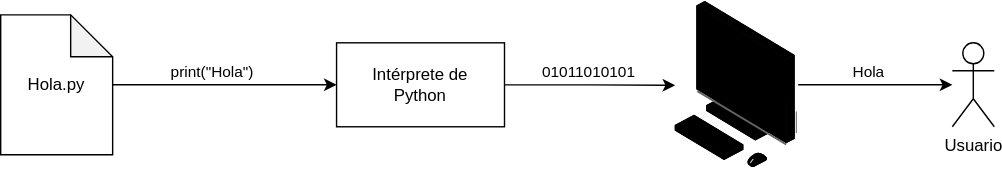
Above: Graphs/ProcesoCorrida.svg in andresalas201/PrincipiosDeInformatica (draw.io), before the change. Source tidied: cells renumbered, new cells last; positions are measured from the earlier drawing's top-left corner, leaving out a move shared by most shapes. The source it was exported from:
```xml
<mxGraphModel>
  <root>
    <mxCell id="0" />
    <mxCell id="1" parent="0" />
    <mxCell id="2" style="edgeStyle=orthogonalEdgeStyle;rounded=0;jettySize=auto;html=1;entryX=0;entryY=0.5;entryDx=0;entryDy=0;" parent="1" edge="1" source="4" target="5">
      <mxGeometry relative="1" as="geometry" />
    </mxCell>
    <mxCell id="3" value="print(&quot;Hola&quot;)" style="edgeLabel;html=1;align=center;verticalAlign=middle;" parent="2" vertex="1">
      <mxGeometry x="-0.25" relative="1" as="geometry">
        <mxPoint x="10" y="-10" as="offset" />
      </mxGeometry>
    </mxCell>
    <mxCell id="4" value="&lt;div&gt;Hola.py&lt;/div&gt;" style="shape=note;whiteSpace=wrap;html=1;backgroundOutline=1;darkOpacity=0.05;" parent="1" vertex="1">
      <mxGeometry y="11" width="80" height="100" as="geometry" />
    </mxCell>
    <mxCell id="5" value="&lt;div&gt;Intérprete de&lt;/div&gt;&lt;div&gt;Python&lt;/div&gt;" style="rounded=0;whiteSpace=wrap;html=1;" parent="1" vertex="1">
      <mxGeometry x="240" y="31" width="120" height="60" as="geometry" />
    </mxCell>
    <mxCell id="6" style="edgeStyle=orthogonalEdgeStyle;rounded=0;jettySize=auto;html=1;" parent="1" edge="1" source="8" target="11">
      <mxGeometry relative="1" as="geometry" />
    </mxCell>
    <mxCell id="7" value="Hola" style="edgeLabel;html=1;align=center;verticalAlign=middle;" parent="6" vertex="1">
      <mxGeometry x="-0.1" y="1" relative="1" as="geometry">
        <mxPoint y="-9" as="offset" />
      </mxGeometry>
    </mxCell>
    <mxCell id="8" style="image;points=[];html=1;align=center;shadow=0;dashed=0;image=img/lib/allied_telesis/computer_and_terminals/Personal_Computer.svg;" parent="1" vertex="1">
      <mxGeometry x="480" y="0.1" width="89.9" height="121.8" as="geometry" />
    </mxCell>
    <mxCell id="9" style="edgeStyle=orthogonalEdgeStyle;rounded=0;jettySize=auto;html=1;entryX=0.022;entryY=0.503;entryDx=0;entryDy=0;entryPerimeter=0;" parent="1" edge="1" source="5" target="8">
      <mxGeometry relative="1" as="geometry" />
    </mxCell>
    <mxCell id="10" value="01011010101" style="edgeLabel;html=1;align=center;verticalAlign=middle;" parent="9" vertex="1">
      <mxGeometry x="-0.04" y="-1" relative="1" as="geometry">
        <mxPoint y="-11" as="offset" />
      </mxGeometry>
    </mxCell>
    <mxCell id="11" value="Usuario" style="shape=umlActor;verticalLabelPosition=bottom;verticalAlign=top;html=1;outlineConnect=0;" parent="1" vertex="1">
      <mxGeometry x="680" y="31" width="30" height="60" as="geometry" />
    </mxCell>
  </root>
</mxGraphModel>
```
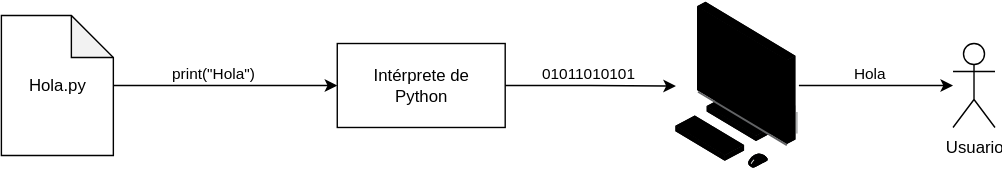
After the change.

Diff of the diagram source:
```diff
@@ -2,40 +2,40 @@
   <root>
     <mxCell id="0" />
     <mxCell id="1" parent="0" />
-    <mxCell id="2" style="edgeStyle=orthogonalEdgeStyle;rounded=0;jettySize=auto;html=1;entryX=0;entryY=0.5;entryDx=0;entryDy=0;" parent="1" edge="1" source="4" target="5">
+    <mxCell id="2" style="edgeStyle=orthogonalEdgeStyle;rounded=0;jettySize=auto;html=1;entryX=0;entryY=0.5;entryDx=0;entryDy=0;labelBackgroundColor=none;" parent="1" edge="1" source="4" target="5">
       <mxGeometry relative="1" as="geometry" />
     </mxCell>
-    <mxCell id="3" value="print(&quot;Hola&quot;)" style="edgeLabel;html=1;align=center;verticalAlign=middle;" parent="2" vertex="1">
+    <mxCell id="3" value="print(&quot;Hola&quot;)" style="edgeLabel;html=1;align=center;verticalAlign=middle;labelBackgroundColor=none;" parent="2" vertex="1">
       <mxGeometry x="-0.25" relative="1" as="geometry">
         <mxPoint x="10" y="-10" as="offset" />
       </mxGeometry>
     </mxCell>
-    <mxCell id="4" value="&lt;div&gt;Hola.py&lt;/div&gt;" style="shape=note;whiteSpace=wrap;html=1;backgroundOutline=1;darkOpacity=0.05;" parent="1" vertex="1">
+    <mxCell id="4" value="&lt;div&gt;Hola.py&lt;/div&gt;" style="shape=note;whiteSpace=wrap;html=1;backgroundOutline=1;darkOpacity=0.05;labelBackgroundColor=none;" parent="1" vertex="1">
       <mxGeometry y="11" width="80" height="100" as="geometry" />
     </mxCell>
-    <mxCell id="5" value="&lt;div&gt;Intérprete de&lt;/div&gt;&lt;div&gt;Python&lt;/div&gt;" style="rounded=0;whiteSpace=wrap;html=1;" parent="1" vertex="1">
+    <mxCell id="5" value="&lt;div&gt;Intérprete de&lt;/div&gt;&lt;div&gt;Python&lt;/div&gt;" style="rounded=0;whiteSpace=wrap;html=1;labelBackgroundColor=none;" parent="1" vertex="1">
       <mxGeometry x="240" y="31" width="120" height="60" as="geometry" />
     </mxCell>
-    <mxCell id="6" style="edgeStyle=orthogonalEdgeStyle;rounded=0;jettySize=auto;html=1;" parent="1" edge="1" source="8" target="11">
+    <mxCell id="6" style="edgeStyle=orthogonalEdgeStyle;rounded=0;jettySize=auto;html=1;labelBackgroundColor=none;" parent="1" edge="1" source="8" target="11">
       <mxGeometry relative="1" as="geometry" />
     </mxCell>
-    <mxCell id="7" value="Hola" style="edgeLabel;html=1;align=center;verticalAlign=middle;" parent="6" vertex="1">
+    <mxCell id="7" value="Hola" style="edgeLabel;html=1;align=center;verticalAlign=middle;labelBackgroundColor=none;" parent="6" vertex="1">
       <mxGeometry x="-0.1" y="1" relative="1" as="geometry">
         <mxPoint y="-9" as="offset" />
       </mxGeometry>
     </mxCell>
-    <mxCell id="8" style="image;points=[];html=1;align=center;shadow=0;dashed=0;image=img/lib/allied_telesis/computer_and_terminals/Personal_Computer.svg;" parent="1" vertex="1">
+    <mxCell id="8" style="image;points=[];html=1;align=center;shadow=0;dashed=0;image=img/lib/allied_telesis/computer_and_terminals/Personal_Computer.svg;labelBackgroundColor=none;" parent="1" vertex="1">
       <mxGeometry x="480" y="0.1" width="89.9" height="121.8" as="geometry" />
     </mxCell>
-    <mxCell id="9" style="edgeStyle=orthogonalEdgeStyle;rounded=0;jettySize=auto;html=1;entryX=0.022;entryY=0.503;entryDx=0;entryDy=0;entryPerimeter=0;" parent="1" edge="1" source="5" target="8">
+    <mxCell id="9" style="edgeStyle=orthogonalEdgeStyle;rounded=0;jettySize=auto;html=1;entryX=0.022;entryY=0.503;entryDx=0;entryDy=0;entryPerimeter=0;labelBackgroundColor=none;" parent="1" edge="1" source="5" target="8">
       <mxGeometry relative="1" as="geometry" />
     </mxCell>
-    <mxCell id="10" value="01011010101" style="edgeLabel;html=1;align=center;verticalAlign=middle;" parent="9" vertex="1">
+    <mxCell id="10" value="01011010101" style="edgeLabel;html=1;align=center;verticalAlign=middle;labelBackgroundColor=none;" parent="9" vertex="1">
       <mxGeometry x="-0.04" y="-1" relative="1" as="geometry">
         <mxPoint y="-11" as="offset" />
       </mxGeometry>
     </mxCell>
-    <mxCell id="11" value="Usuario" style="shape=umlActor;verticalLabelPosition=bottom;verticalAlign=top;html=1;outlineConnect=0;" parent="1" vertex="1">
+    <mxCell id="11" value="Usuario" style="shape=umlActor;verticalLabelPosition=bottom;verticalAlign=top;html=1;outlineConnect=0;labelBackgroundColor=none;" parent="1" vertex="1">
       <mxGeometry x="680" y="31" width="30" height="60" as="geometry" />
     </mxCell>
   </root>
```
